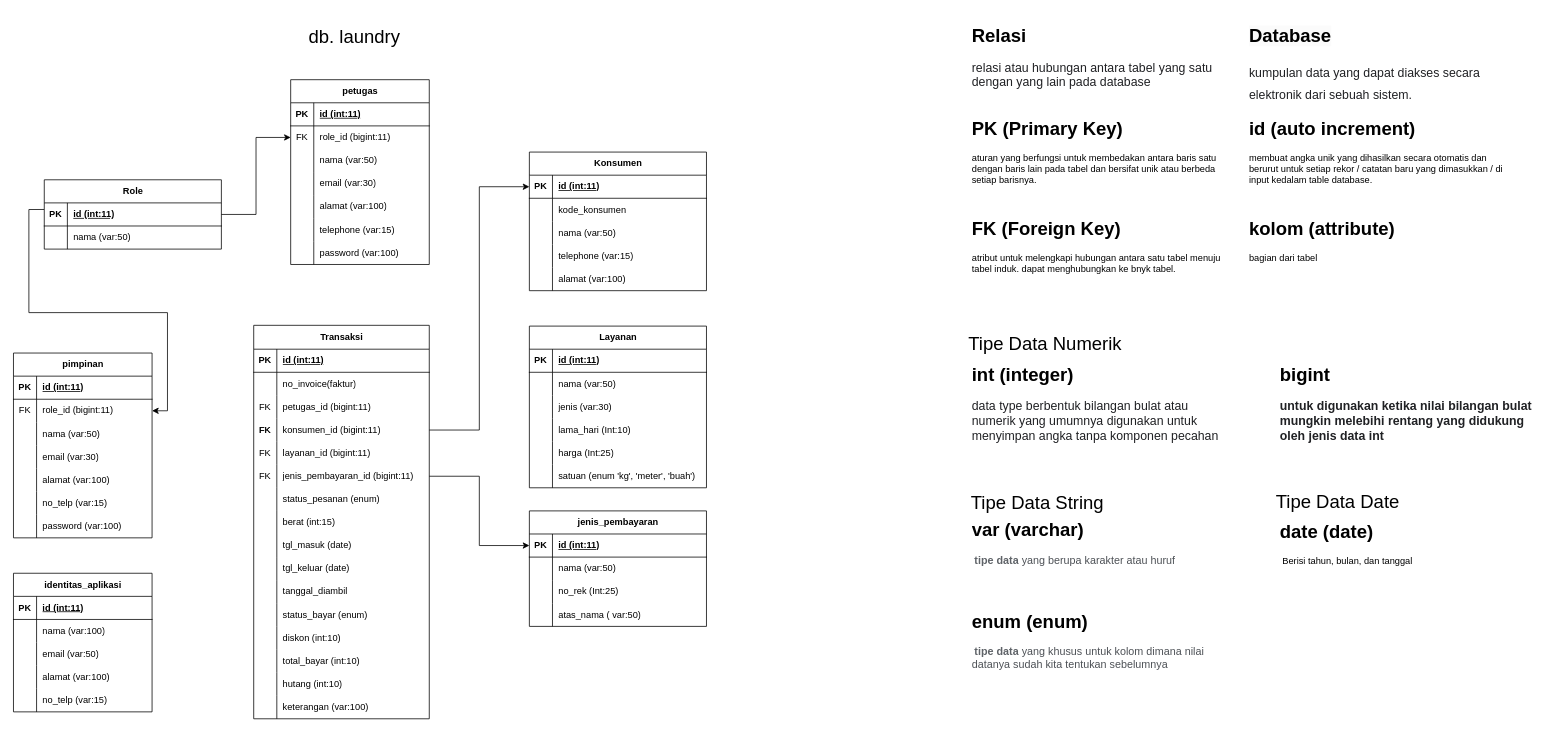
The draw.io diagram page "page-4" (4 of 6) of Desain Ujikom.drawio in alditasptnsr/ujikom_aldita, before the edit. Source tidied: cells renumbered, new cells numbered last; positions are measured from the earlier drawing's top-left corner, leaving out a move shared by most shapes. Both pictures are drawn from the tidied source at 77%, with x=0, y=0 at pixel (13, 21).
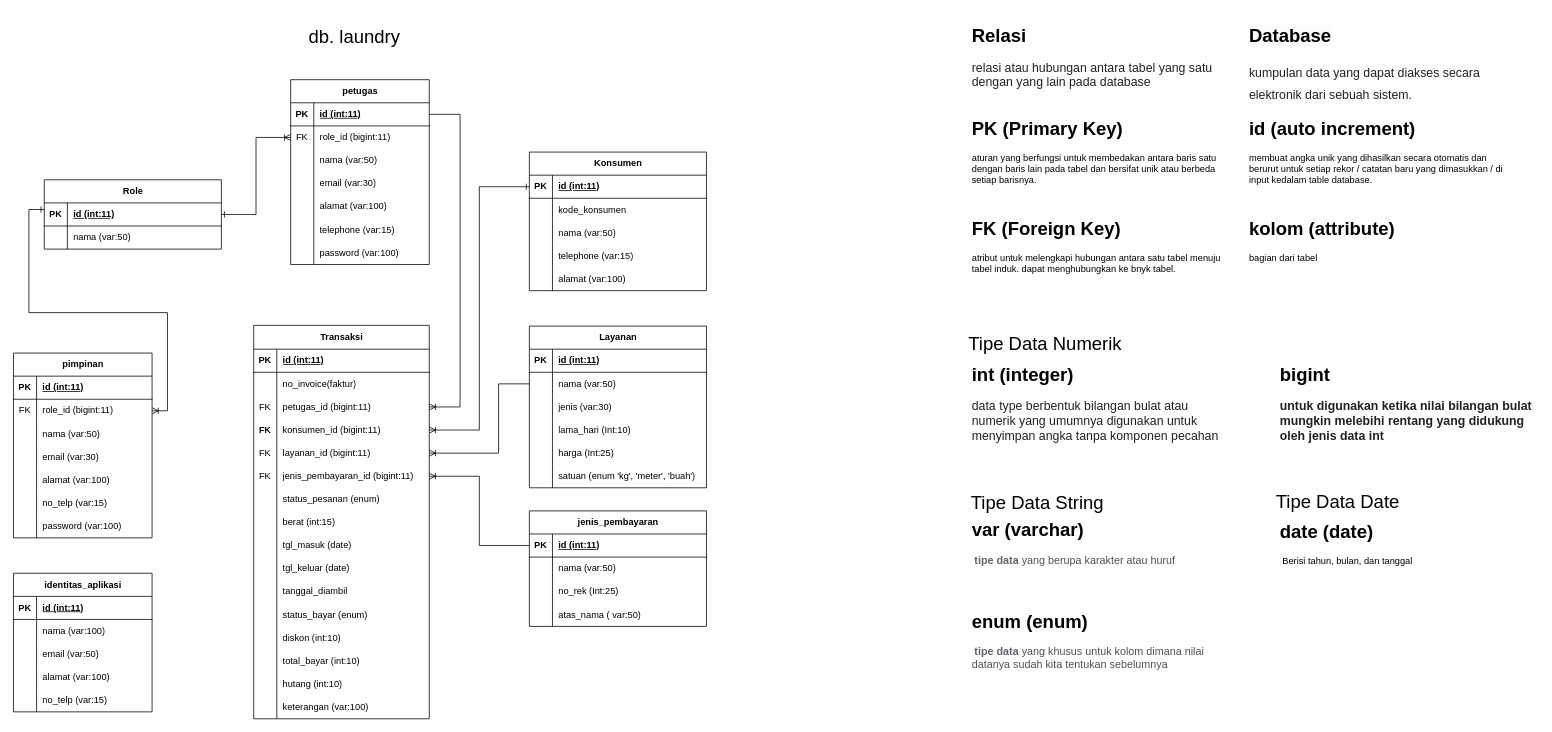
The same diagram, later.

The change refers to these unchanged cells:
```xml
<mxCell id="4" style="shape=tableRow;horizontal=0;startSize=0;swimlaneHead=0;swimlaneBody=0;fillColor=none;points=[[0,0.5],[1,0.5]];portConstraint=eastwest;top=0;left=0;right=0;bottom=1;" parent="3" vertex="1">
  <mxGeometry y="30" width="180" height="30" as="geometry" />
</mxCell>
<mxCell id="7" style="shape=tableRow;horizontal=0;startSize=0;swimlaneHead=0;swimlaneBody=0;fillColor=none;points=[[0,0.5],[1,0.5]];portConstraint=eastwest;top=0;left=0;right=0;bottom=0;" parent="3" vertex="1">
  <mxGeometry y="60" width="180" height="30" as="geometry" />
</mxCell>
<mxCell id="26" style="shape=tableRow;horizontal=0;startSize=0;swimlaneHead=0;swimlaneBody=0;fillColor=none;points=[[0,0.5],[1,0.5]];portConstraint=eastwest;top=0;left=0;right=0;bottom=1;" parent="25" vertex="1">
  <mxGeometry y="30" width="230" height="30" as="geometry" />
</mxCell>
<mxCell id="33" style="shape=tableRow;horizontal=0;startSize=0;swimlaneHead=0;swimlaneBody=0;fillColor=none;points=[[0,0.5],[1,0.5]];portConstraint=eastwest;top=0;left=0;right=0;bottom=1;" parent="32" vertex="1">
  <mxGeometry y="30" width="230" height="30" as="geometry" />
</mxCell>
<mxCell id="52" style="shape=tableRow;horizontal=0;startSize=0;swimlaneHead=0;swimlaneBody=0;fillColor=none;points=[[0,0.5],[1,0.5]];portConstraint=eastwest;top=0;left=0;right=0;bottom=0;" parent="48" vertex="1">
  <mxGeometry y="60" width="230" height="30" as="geometry" />
</mxCell>
<mxCell id="74" style="shape=tableRow;horizontal=0;startSize=0;swimlaneHead=0;swimlaneBody=0;fillColor=none;points=[[0,0.5],[1,0.5]];portConstraint=eastwest;top=0;left=0;right=0;bottom=0;" parent="67" vertex="1">
  <mxGeometry y="91" width="228" height="30" as="geometry" />
</mxCell>
<mxCell id="77" style="shape=tableRow;horizontal=0;startSize=0;swimlaneHead=0;swimlaneBody=0;fillColor=none;points=[[0,0.5],[1,0.5]];portConstraint=eastwest;top=0;left=0;right=0;bottom=0;" parent="67" vertex="1">
  <mxGeometry y="121" width="228" height="30" as="geometry" />
</mxCell>
<mxCell id="80" style="shape=tableRow;horizontal=0;startSize=0;swimlaneHead=0;swimlaneBody=0;fillColor=none;points=[[0,0.5],[1,0.5]];portConstraint=eastwest;top=0;left=0;right=0;bottom=0;" parent="67" vertex="1">
  <mxGeometry y="151" width="228" height="30" as="geometry" />
</mxCell>
<mxCell id="83" style="shape=tableRow;horizontal=0;startSize=0;swimlaneHead=0;swimlaneBody=0;fillColor=none;points=[[0,0.5],[1,0.5]];portConstraint=eastwest;top=0;left=0;right=0;bottom=0;" parent="67" vertex="1">
  <mxGeometry y="181" width="228" height="30" as="geometry" />
</mxCell>
<mxCell id="118" style="shape=tableRow;horizontal=0;startSize=0;swimlaneHead=0;swimlaneBody=0;fillColor=none;points=[[0,0.5],[1,0.5]];portConstraint=eastwest;top=0;left=0;right=0;bottom=1;" parent="117" vertex="1">
  <mxGeometry y="30" width="230" height="30" as="geometry" />
</mxCell>
<mxCell id="166" style="shape=tableRow;horizontal=0;startSize=0;swimlaneHead=0;swimlaneBody=0;fillColor=none;points=[[0,0.5],[1,0.5]];portConstraint=eastwest;top=0;left=0;right=0;bottom=0;" parent="162" vertex="1">
  <mxGeometry y="60" width="180" height="30" as="geometry" />
</mxCell>
```

Change to the diagram source:
```diff
@@
-    <mxCell id="146" style="edgeStyle=orthogonalEdgeStyle;rounded=0;jettySize=auto;html=1;entryX=0;entryY=0.5;entryDx=0;entryDy=0;" parent="1" edge="1" source="77" target="33">
+    <mxCell id="146" style="edgeStyle=orthogonalEdgeStyle;rounded=0;jettySize=auto;html=1;entryX=0;entryY=0.5;entryDx=0;entryDy=0;startArrow=ERoneToMany;startFill=0;endArrow=ERone;endFill=0;" parent="1" edge="1" source="77" target="33">
       <mxGeometry relative="1" as="geometry" />
     </mxCell>
-    <mxCell id="147" style="edgeStyle=orthogonalEdgeStyle;rounded=0;jettySize=auto;html=1;entryX=0;entryY=0.5;entryDx=0;entryDy=0;" parent="1" edge="1" source="83" target="118">
+    <mxCell id="147" style="edgeStyle=orthogonalEdgeStyle;rounded=0;jettySize=auto;html=1;entryX=0;entryY=0.5;entryDx=0;entryDy=0;endArrow=none;endFill=0;startArrow=ERoneToMany;startFill=0;" parent="1" edge="1" source="83" target="118">
       <mxGeometry relative="1" as="geometry" />
     </mxCell>
@@
-    <mxCell id="184" style="edgeStyle=orthogonalEdgeStyle;rounded=0;jettySize=auto;html=1;exitX=-0.001;exitY=0.285;exitDx=0;exitDy=0;exitPerimeter=0;" parent="1" edge="1" source="26" target="166">
+    <mxCell id="184" style="edgeStyle=orthogonalEdgeStyle;rounded=0;jettySize=auto;html=1;exitX=-0.001;exitY=0.285;exitDx=0;exitDy=0;exitPerimeter=0;endArrow=ERoneToMany;endFill=0;startArrow=ERone;startFill=0;" parent="1" edge="1" source="26" target="166">
       <mxGeometry relative="1" as="geometry" />
     </mxCell>
-    <mxCell id="185" style="edgeStyle=orthogonalEdgeStyle;rounded=0;jettySize=auto;html=1;exitX=1;exitY=0.5;exitDx=0;exitDy=0;entryX=0;entryY=0.5;entryDx=0;entryDy=0;" parent="1" edge="1" source="26" target="7">
+    <mxCell id="185" style="edgeStyle=orthogonalEdgeStyle;rounded=0;jettySize=auto;html=1;exitX=1;exitY=0.5;exitDx=0;exitDy=0;entryX=0;entryY=0.5;entryDx=0;entryDy=0;endArrow=ERoneToMany;endFill=0;startArrow=ERone;startFill=0;" parent="1" edge="1" source="26" target="7">
       <mxGeometry relative="1" as="geometry" />
     </mxCell>
+    <mxCell id="186" style="edgeStyle=orthogonalEdgeStyle;rounded=0;jettySize=auto;html=1;entryX=1;entryY=0.5;entryDx=0;entryDy=0;endArrow=ERoneToMany;endFill=0;" parent="1" edge="1" source="4" target="74">
+      <mxGeometry relative="1" as="geometry">
+        <Array as="points">
+          <mxPoint x="580" y="121" />
+          <mxPoint x="580" y="501" />
+        </Array>
+      </mxGeometry>
+    </mxCell>
+    <mxCell id="187" style="edgeStyle=orthogonalEdgeStyle;rounded=0;jettySize=auto;html=1;exitX=0;exitY=0.5;exitDx=0;exitDy=0;entryX=1;entryY=0.5;entryDx=0;entryDy=0;endArrow=ERoneToMany;endFill=0;" parent="1" edge="1" source="52" target="80">
+      <mxGeometry relative="1" as="geometry">
+        <Array as="points">
+          <mxPoint x="630" y="471" />
+          <mxPoint x="630" y="561" />
+        </Array>
+      </mxGeometry>
+    </mxCell>
```
